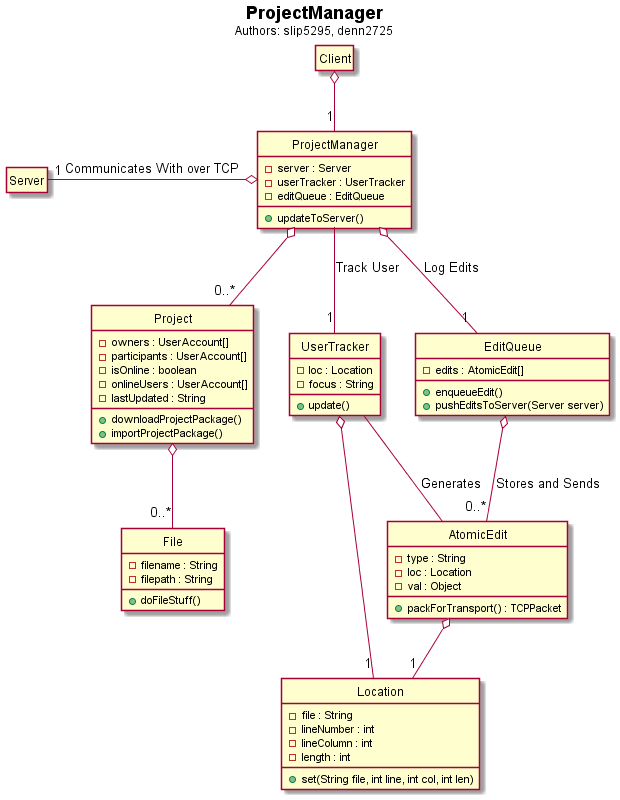
The PlantUML diagram hw3/Client/client_project.png in voxelv/sQuire_kw, before a commit.
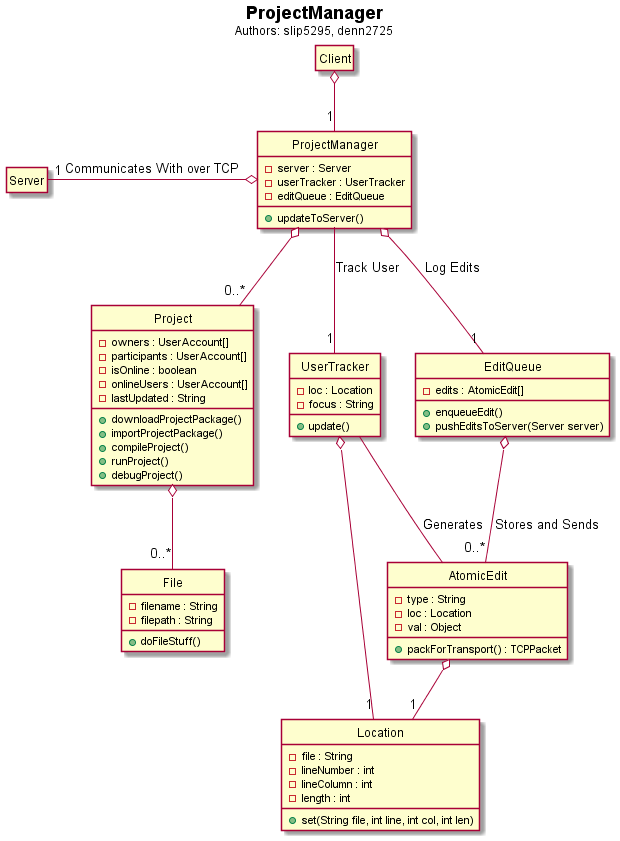
After the commit.

Commit message:
added compile/run/debug project to client_project.pu

The edit, as a diff of the source:
```diff
@@ -23,6 +23,9 @@
     -lastUpdated : String
     +downloadProjectPackage()
     +importProjectPackage()
+    +compileProject()
+    +runProject()
+    +debugProject()
 }
 
 class "File" as file {
```
